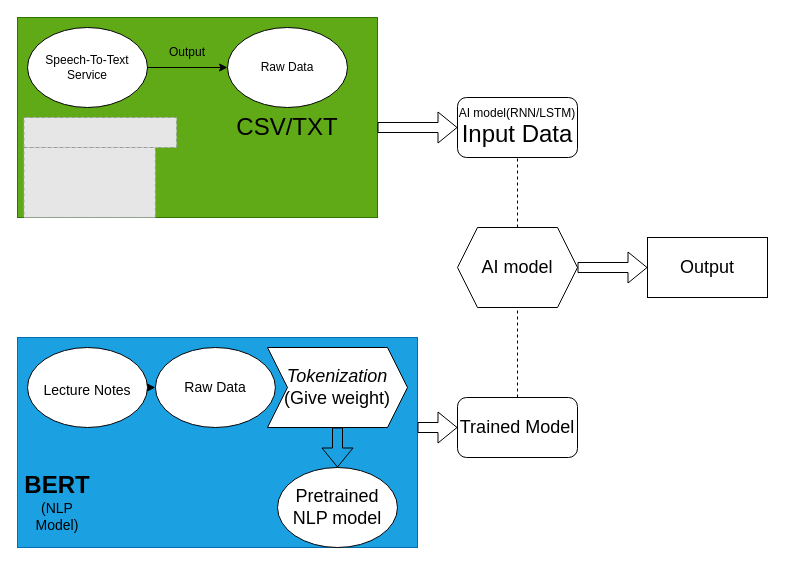
The draw.io diagram AI layout.drawio in darrkj2049/fyp_PTT, before the edit. Source tidied: cells renumbered, new cells numbered last; positions are measured from the earlier drawing's top-left corner, leaving out a move shared by most shapes. Both pictures are drawn from the tidied source at 100%, with x=0, y=0 at pixel (17, 17). Pictures stored in the file or linked from it are replaced by grey dashed boxes.
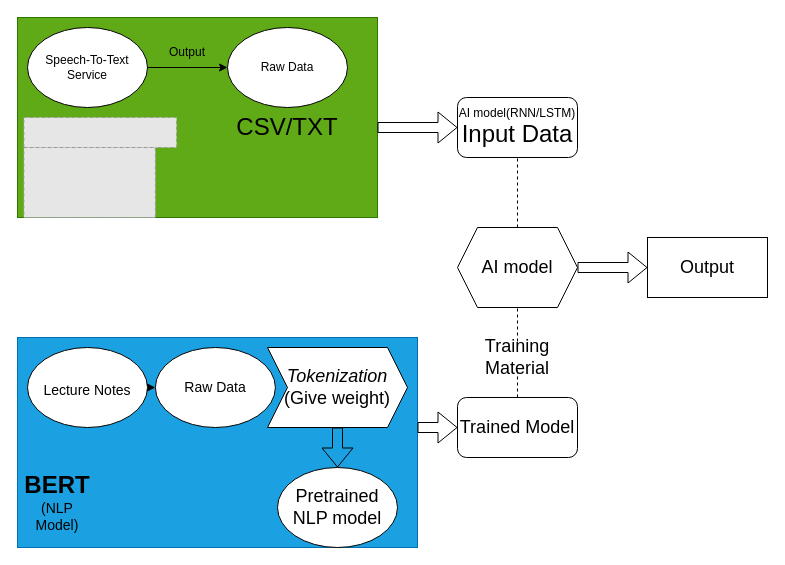
After the change.

The change refers to these unchanged cells:
```xml
<mxCell id="23" value="AI model" style="shape=hexagon;perimeter=hexagonPerimeter2;whiteSpace=wrap;html=1;fixedSize=1;fontSize=18;" parent="1" vertex="1">
  <mxGeometry x="440" y="210" width="120" height="80" as="geometry" />
</mxCell>
```

Diff of the diagram source:
```diff
@@
-    <mxCell id="25" style="endArrow=none;dashed=1;html=1;rounded=0;fontSize=18;entryX=0.5;entryY=1;entryDx=0;entryDy=0;" parent="1" edge="1" target="23">
-      <mxGeometry relative="1" as="geometry">
-        <mxPoint x="500" y="380" as="sourcePoint" />
-      </mxGeometry>
+    <mxCell id="25" style="endArrow=none;dashed=1;html=1;rounded=0;fontSize=18;entryX=0.5;entryY=1;entryDx=0;entryDy=0;startArrow=none;" parent="1" edge="1" source="27" target="23">
+      <mxGeometry relative="1" as="geometry" />
     </mxCell>
@@
+    <mxCell id="27" value="Training Material " style="text;html=1;strokeColor=none;fillColor=none;align=center;verticalAlign=middle;whiteSpace=wrap;rounded=0;fontSize=18;" parent="1" vertex="1">
+      <mxGeometry x="470" y="330" width="60" height="20" as="geometry" />
+    </mxCell>
+    <mxCell id="28" style="endArrow=none;dashed=1;html=1;rounded=0;fontSize=18;entryX=0.5;entryY=1;entryDx=0;entryDy=0;" parent="1" edge="1" target="27">
+      <mxGeometry relative="1" as="geometry">
+        <mxPoint x="500" y="380" as="sourcePoint" />
+      </mxGeometry>
+    </mxCell>
```
